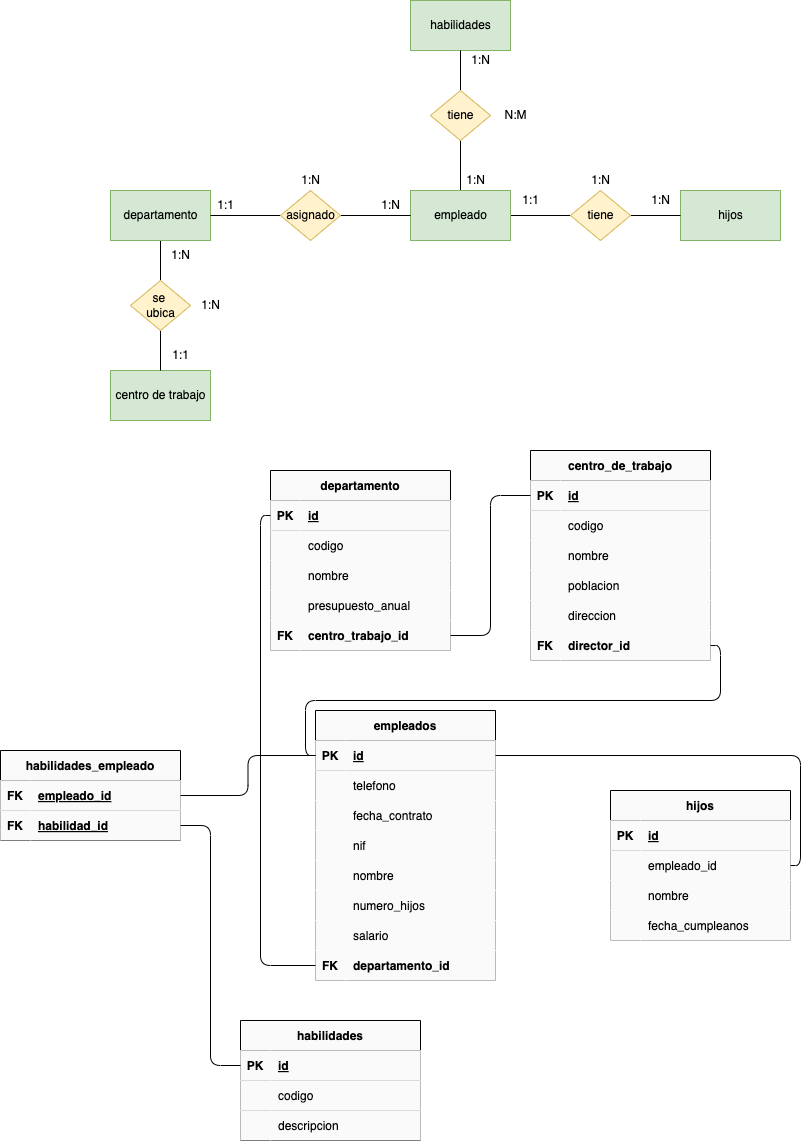
Above: tareas/tarea-6/images/ejercicio.drawio.png in deylansystem/actividadesBAE (draw.io), before the change. Source tidied: cells renumbered, new cells last; positions are measured from the earlier drawing's top-left corner, leaving out a move shared by most shapes.
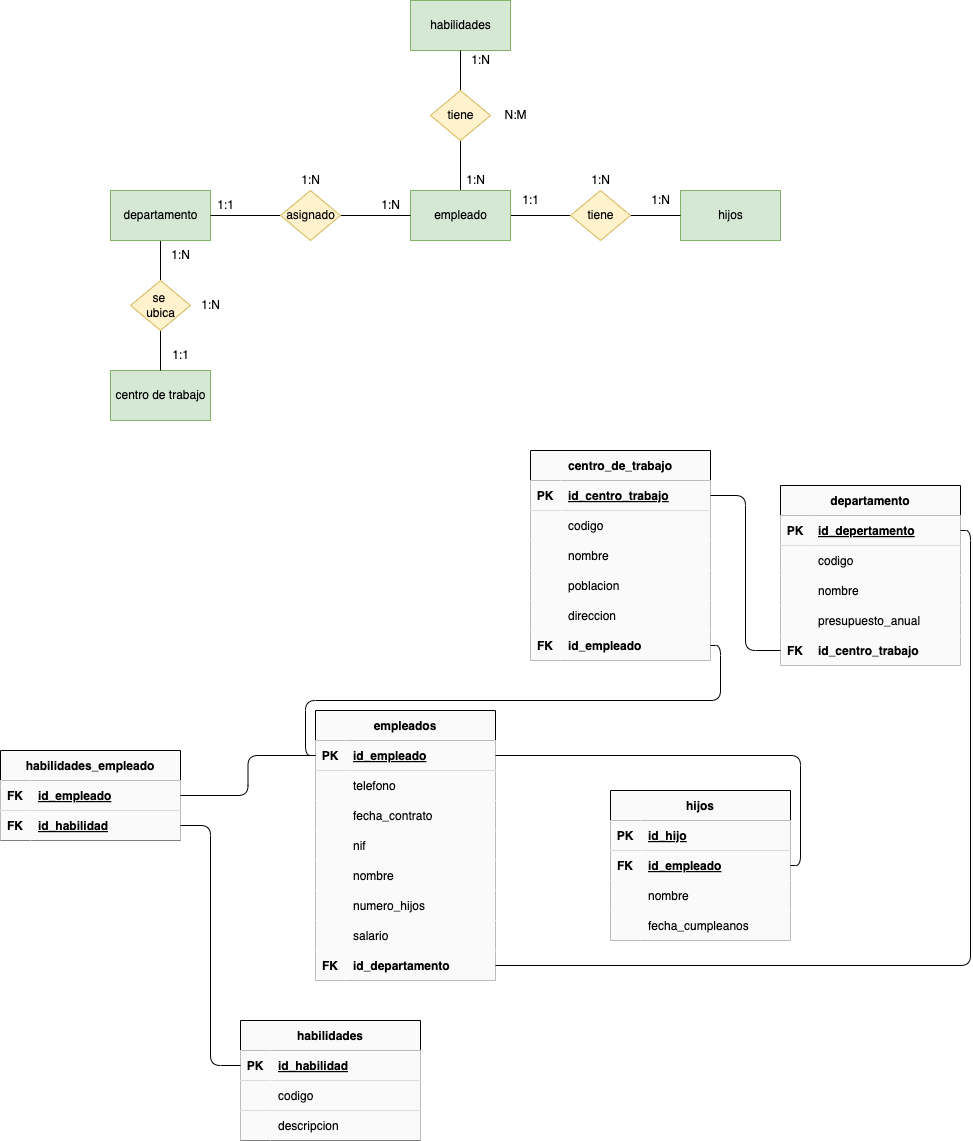
Above is the later version.

Commit message:
se crea tarea

Change to the diagram source:
```diff
@@ -11,7 +11,7 @@
     <mxCell id="4" value="PK" style="shape=partialRectangle;fillColor=#fafafa;top=0;left=0;bottom=0;right=0;fontStyle=1;overflow=hidden;" parent="3" vertex="1">
       <mxGeometry width="30" height="30" as="geometry" />
     </mxCell>
-    <mxCell id="5" value="id" style="shape=partialRectangle;fillColor=#fafafa;top=0;left=0;bottom=0;right=0;align=left;spacingLeft=6;fontStyle=5;overflow=hidden;" parent="3" vertex="1">
+    <mxCell id="5" value="id_empleado" style="shape=partialRectangle;fillColor=#fafafa;top=0;left=0;bottom=0;right=0;align=left;spacingLeft=6;fontStyle=5;overflow=hidden;" parent="3" vertex="1">
       <mxGeometry x="30" width="150" height="30" as="geometry" />
     </mxCell>
     <mxCell id="6" style="shape=tableRow;horizontal=0;startSize=0;swimlaneHead=0;swimlaneBody=0;fillColor=#fafafa;top=0;left=0;right=0;bottom=0;" parent="2" vertex="1">
@@ -74,7 +74,7 @@
     <mxCell id="25" value="FK" style="shape=partialRectangle;fillColor=#fafafa;top=0;left=0;bottom=0;right=0;overflow=hidden;fontStyle=1;" parent="24" vertex="1">
       <mxGeometry width="30" height="30" as="geometry" />
     </mxCell>
-    <mxCell id="26" value="departamento_id" style="shape=partialRectangle;fillColor=#fafafa;top=0;left=0;bottom=0;right=0;align=left;spacingLeft=6;overflow=hidden;fontStyle=1;" parent="24" vertex="1">
+    <mxCell id="26" value="id_departamento" style="shape=partialRectangle;fillColor=#fafafa;top=0;left=0;bottom=0;right=0;align=left;spacingLeft=6;overflow=hidden;fontStyle=1;" parent="24" vertex="1">
       <mxGeometry x="30" width="150" height="30" as="geometry" />
     </mxCell>
     <mxCell id="27" style="edgeStyle=none;html=1;exitX=0.5;exitY=1;exitDx=0;exitDy=0;entryX=0.5;entryY=0;entryDx=0;entryDy=0;endArrow=none;endFill=0;" parent="1" edge="1" source="28" target="42">
@@ -173,7 +173,7 @@
     <mxCell id="58" value="PK" style="shape=partialRectangle;fillColor=#fafafa;top=0;left=0;bottom=0;right=0;fontStyle=1;overflow=hidden;" parent="57" vertex="1">
       <mxGeometry width="30" height="30" as="geometry" />
     </mxCell>
-    <mxCell id="59" value="id" style="shape=partialRectangle;fillColor=#fafafa;top=0;left=0;bottom=0;right=0;align=left;spacingLeft=6;fontStyle=5;overflow=hidden;" parent="57" vertex="1">
+    <mxCell id="59" value="id_centro_trabajo" style="shape=partialRectangle;fillColor=#fafafa;top=0;left=0;bottom=0;right=0;align=left;spacingLeft=6;fontStyle=5;overflow=hidden;" parent="57" vertex="1">
       <mxGeometry x="30" width="150" height="30" as="geometry" />
     </mxCell>
     <mxCell id="60" style="shape=tableRow;horizontal=0;startSize=0;swimlaneHead=0;swimlaneBody=0;fillColor=#fafafa;top=0;left=0;right=0;bottom=0;" parent="56" vertex="1">
@@ -218,14 +218,14 @@
     <mxCell id="73" value="FK" style="shape=partialRectangle;fillColor=#fafafa;top=0;left=0;bottom=0;right=0;overflow=hidden;fontStyle=1;" parent="72" vertex="1">
       <mxGeometry width="30" height="30" as="geometry" />
     </mxCell>
-    <mxCell id="74" value="director_id" style="shape=partialRectangle;fillColor=#fafafa;top=0;left=0;bottom=0;right=0;align=left;spacingLeft=6;overflow=hidden;fontStyle=1;" parent="72" vertex="1">
+    <mxCell id="74" value="id_empleado" style="shape=partialRectangle;fillColor=#fafafa;top=0;left=0;bottom=0;right=0;align=left;spacingLeft=6;overflow=hidden;fontStyle=1;" parent="72" vertex="1">
       <mxGeometry x="30" width="150" height="30" as="geometry" />
     </mxCell>
     <mxCell id="75" style="edgeStyle=orthogonalEdgeStyle;html=1;exitX=1;exitY=0.5;exitDx=0;exitDy=0;entryX=0;entryY=0.5;entryDx=0;entryDy=0;endArrow=none;endFill=0;" parent="1" edge="1" source="72" target="3">
       <mxGeometry relative="1" as="geometry" />
     </mxCell>
     <mxCell id="76" value="departamento" style="shape=table;startSize=30;rowLines=0;fontStyle=1;align=center;fillColor=#fafafa;" parent="1" vertex="1">
-      <mxGeometry x="270" y="470" width="180" height="180" as="geometry" />
+      <mxGeometry x="780" y="485" width="180" height="180" as="geometry" />
     </mxCell>
     <mxCell id="77" style="shape=tableRow;horizontal=0;startSize=0;swimlaneHead=0;swimlaneBody=0;fillColor=#fafafa;points=[[0,0.5],[1,0.5]];portConstraint=eastwest;top=0;left=0;right=0;bottom=1;" parent="76" vertex="1">
       <mxGeometry y="30" width="180" height="30" as="geometry" />
@@ -233,7 +233,7 @@
     <mxCell id="78" value="PK" style="shape=partialRectangle;fillColor=#fafafa;top=0;left=0;bottom=0;right=0;fontStyle=1;overflow=hidden;" parent="77" vertex="1">
       <mxGeometry width="30" height="30" as="geometry" />
     </mxCell>
-    <mxCell id="79" value="id" style="shape=partialRectangle;fillColor=#fafafa;top=0;left=0;bottom=0;right=0;align=left;spacingLeft=6;fontStyle=5;overflow=hidden;" parent="77" vertex="1">
+    <mxCell id="79" value="id_depertamento" style="shape=partialRectangle;fillColor=#fafafa;top=0;left=0;bottom=0;right=0;align=left;spacingLeft=6;fontStyle=5;overflow=hidden;" parent="77" vertex="1">
       <mxGeometry x="30" width="150" height="30" as="geometry" />
     </mxCell>
     <mxCell id="80" style="shape=tableRow;horizontal=0;startSize=0;swimlaneHead=0;swimlaneBody=0;fillColor=#fafafa;top=0;left=0;right=0;bottom=0;" parent="76" vertex="1">
@@ -269,15 +269,9 @@
     <mxCell id="90" value="FK" style="shape=partialRectangle;fillColor=#fafafa;top=0;left=0;bottom=0;right=0;overflow=hidden;fontStyle=1;" parent="89" vertex="1">
       <mxGeometry width="30" height="30" as="geometry" />
     </mxCell>
-    <mxCell id="91" value="centro_trabajo_id" style="shape=partialRectangle;fillColor=#fafafa;top=0;left=0;bottom=0;right=0;align=left;spacingLeft=6;overflow=hidden;fontStyle=1;" parent="89" vertex="1">
+    <mxCell id="91" value="id_centro_trabajo" style="shape=partialRectangle;fillColor=#fafafa;top=0;left=0;bottom=0;right=0;align=left;spacingLeft=6;overflow=hidden;fontStyle=1;" parent="89" vertex="1">
       <mxGeometry x="30" width="150" height="30" as="geometry" />
     </mxCell>
-    <mxCell id="92" style="edgeStyle=orthogonalEdgeStyle;html=1;exitX=1;exitY=0.5;exitDx=0;exitDy=0;entryX=0;entryY=0.5;entryDx=0;entryDy=0;endArrow=none;endFill=0;" parent="1" edge="1" source="89" target="57">
-      <mxGeometry relative="1" as="geometry" />
-    </mxCell>
-    <mxCell id="93" style="edgeStyle=orthogonalEdgeStyle;html=1;exitX=0;exitY=0.5;exitDx=0;exitDy=0;entryX=0;entryY=0.5;entryDx=0;entryDy=0;endArrow=none;endFill=0;" parent="1" edge="1" source="77" target="24">
-      <mxGeometry relative="1" as="geometry" />
-    </mxCell>
     <mxCell id="94" value="hijos" style="shape=table;startSize=30;rowLines=0;fontStyle=1;align=center;fillColor=#fafafa;" parent="1" vertex="1">
       <mxGeometry x="610" y="790" width="180" height="150" as="geometry" />
     </mxCell>
@@ -287,16 +281,16 @@
     <mxCell id="96" value="PK" style="shape=partialRectangle;fillColor=#fafafa;top=0;left=0;bottom=0;right=0;fontStyle=1;overflow=hidden;" parent="95" vertex="1">
       <mxGeometry width="30" height="30" as="geometry" />
     </mxCell>
-    <mxCell id="97" value="id" style="shape=partialRectangle;fillColor=#fafafa;top=0;left=0;bottom=0;right=0;align=left;spacingLeft=6;fontStyle=5;overflow=hidden;" parent="95" vertex="1">
+    <mxCell id="97" value="id_hijo" style="shape=partialRectangle;fillColor=#fafafa;top=0;left=0;bottom=0;right=0;align=left;spacingLeft=6;fontStyle=5;overflow=hidden;" parent="95" vertex="1">
       <mxGeometry x="30" width="150" height="30" as="geometry" />
     </mxCell>
     <mxCell id="98" style="shape=tableRow;horizontal=0;startSize=0;swimlaneHead=0;swimlaneBody=0;fillColor=#fafafa;top=0;left=0;right=0;bottom=0;" parent="94" vertex="1">
       <mxGeometry y="60" width="180" height="30" as="geometry" />
     </mxCell>
-    <mxCell id="99" style="shape=partialRectangle;fillColor=#fafafa;top=0;left=0;bottom=0;right=0;overflow=hidden;" parent="98" vertex="1">
+    <mxCell id="99" value="FK" style="shape=partialRectangle;fillColor=#fafafa;top=0;left=0;bottom=0;right=0;overflow=hidden;fontStyle=1;" parent="98" vertex="1">
       <mxGeometry width="30" height="30" as="geometry" />
     </mxCell>
-    <mxCell id="100" value="empleado_id" style="shape=partialRectangle;fillColor=#fafafa;top=0;left=0;bottom=0;right=0;align=left;spacingLeft=6;overflow=hidden;" parent="98" vertex="1">
+    <mxCell id="100" value="id_empleado" style="shape=partialRectangle;fillColor=#fafafa;top=0;left=0;bottom=0;right=0;align=left;spacingLeft=6;overflow=hidden;fontStyle=5;" parent="98" vertex="1">
       <mxGeometry x="30" width="150" height="30" as="geometry" />
     </mxCell>
     <mxCell id="101" style="shape=tableRow;horizontal=0;startSize=0;swimlaneHead=0;swimlaneBody=0;fillColor=#fafafa;top=0;left=0;right=0;bottom=0;" parent="94" vertex="1">
@@ -329,7 +323,7 @@
     <mxCell id="110" value="FK" style="shape=partialRectangle;fillColor=#fafafa;top=0;left=0;bottom=0;right=0;fontStyle=1;overflow=hidden;" parent="109" vertex="1">
       <mxGeometry width="30" height="30" as="geometry" />
     </mxCell>
-    <mxCell id="111" value="empleado_id" style="shape=partialRectangle;fillColor=#fafafa;top=0;left=0;bottom=0;right=0;align=left;spacingLeft=6;fontStyle=5;overflow=hidden;" parent="109" vertex="1">
+    <mxCell id="111" value="id_empleado" style="shape=partialRectangle;fillColor=#fafafa;top=0;left=0;bottom=0;right=0;align=left;spacingLeft=6;fontStyle=5;overflow=hidden;" parent="109" vertex="1">
       <mxGeometry x="30" width="150" height="30" as="geometry" />
     </mxCell>
     <mxCell id="112" style="shape=tableRow;horizontal=0;startSize=0;swimlaneHead=0;swimlaneBody=0;fillColor=#fafafa;points=[[0,0.5],[1,0.5]];portConstraint=eastwest;top=0;left=0;right=0;bottom=1;" parent="108" vertex="1">
@@ -338,7 +332,7 @@
     <mxCell id="113" value="FK" style="shape=partialRectangle;fillColor=#fafafa;top=0;left=0;bottom=0;right=0;fontStyle=1;overflow=hidden;" parent="112" vertex="1">
       <mxGeometry width="30" height="30" as="geometry" />
     </mxCell>
-    <mxCell id="114" value="habilidad_id" style="shape=partialRectangle;fillColor=#fafafa;top=0;left=0;bottom=0;right=0;align=left;spacingLeft=6;fontStyle=5;overflow=hidden;" parent="112" vertex="1">
+    <mxCell id="114" value="id_habilidad" style="shape=partialRectangle;fillColor=#fafafa;top=0;left=0;bottom=0;right=0;align=left;spacingLeft=6;fontStyle=5;overflow=hidden;" parent="112" vertex="1">
       <mxGeometry x="30" width="150" height="30" as="geometry" />
     </mxCell>
     <mxCell id="115" style="edgeStyle=orthogonalEdgeStyle;html=1;exitX=0;exitY=0.5;exitDx=0;exitDy=0;entryX=1;entryY=0.5;entryDx=0;entryDy=0;endArrow=none;endFill=0;" parent="1" edge="1" source="3" target="109">
@@ -353,7 +347,7 @@
     <mxCell id="118" value="PK" style="shape=partialRectangle;fillColor=#fafafa;top=0;left=0;bottom=0;right=0;fontStyle=1;overflow=hidden;" parent="117" vertex="1">
       <mxGeometry width="30" height="30" as="geometry" />
     </mxCell>
-    <mxCell id="119" value="id" style="shape=partialRectangle;fillColor=#fafafa;top=0;left=0;bottom=0;right=0;align=left;spacingLeft=6;fontStyle=5;overflow=hidden;" parent="117" vertex="1">
+    <mxCell id="119" value="id_habilidad" style="shape=partialRectangle;fillColor=#fafafa;top=0;left=0;bottom=0;right=0;align=left;spacingLeft=6;fontStyle=5;overflow=hidden;" parent="117" vertex="1">
       <mxGeometry x="30" width="150" height="30" as="geometry" />
     </mxCell>
     <mxCell id="120" style="shape=tableRow;horizontal=0;startSize=0;swimlaneHead=0;swimlaneBody=0;fillColor=#fafafa;top=0;left=0;right=0;bottom=1;" parent="116" vertex="1">
@@ -377,5 +371,11 @@
     <mxCell id="126" style="edgeStyle=orthogonalEdgeStyle;html=1;exitX=1;exitY=0.5;exitDx=0;exitDy=0;entryX=0;entryY=0.5;entryDx=0;entryDy=0;endArrow=none;endFill=0;" parent="1" edge="1" source="112" target="117">
       <mxGeometry relative="1" as="geometry" />
     </mxCell>
+    <mxCell id="127" style="edgeStyle=orthogonalEdgeStyle;html=1;exitX=1;exitY=0.5;exitDx=0;exitDy=0;entryX=1;entryY=0.5;entryDx=0;entryDy=0;endArrow=none;endFill=0;" parent="1" edge="1" source="24" target="77">
+      <mxGeometry relative="1" as="geometry" />
+    </mxCell>
+    <mxCell id="128" style="edgeStyle=orthogonalEdgeStyle;html=1;exitX=1;exitY=0.5;exitDx=0;exitDy=0;entryX=0;entryY=0.5;entryDx=0;entryDy=0;endArrow=none;endFill=0;" parent="1" edge="1" source="57" target="89">
+      <mxGeometry relative="1" as="geometry" />
+    </mxCell>
   </root>
 </mxGraphModel>
```
